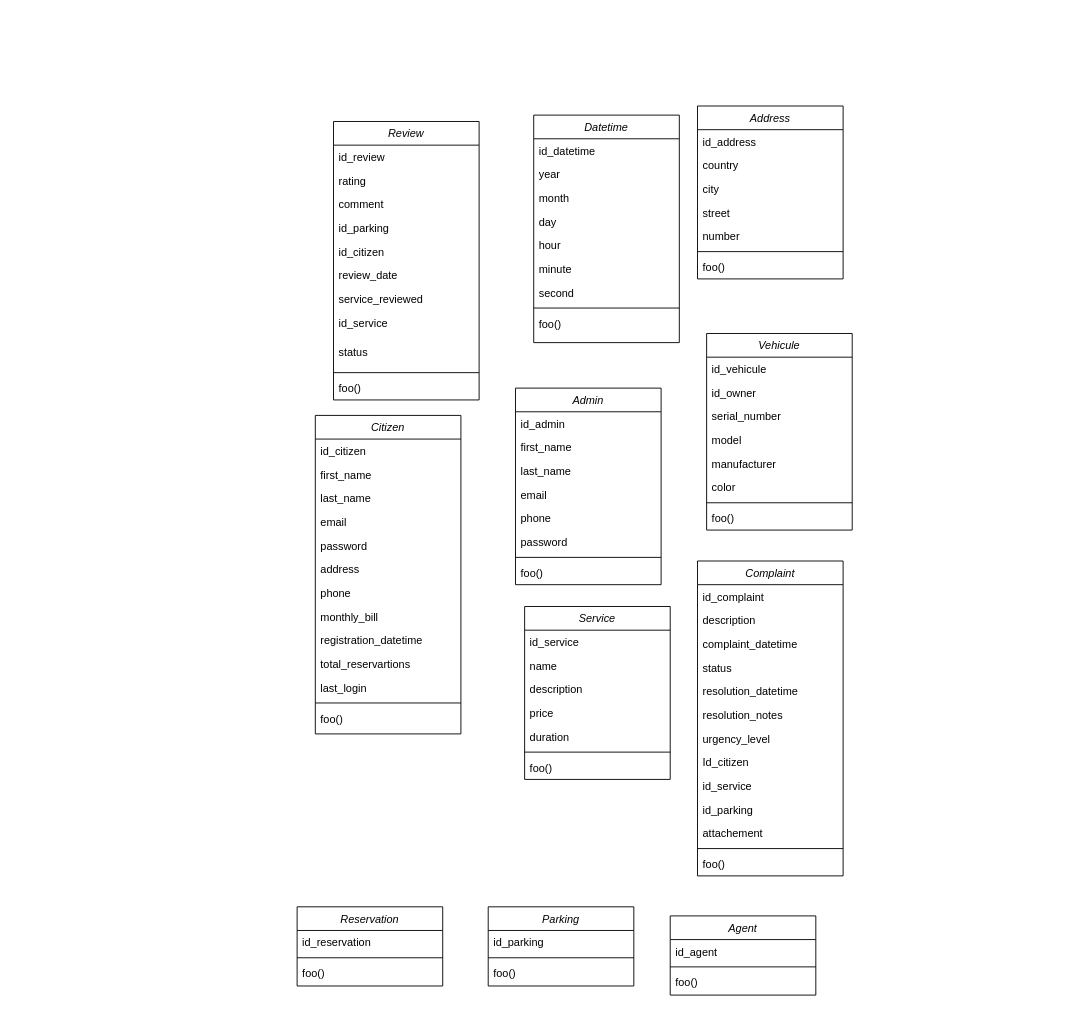
Earlier version of the draw.io diagram docs/Untitled Diagram.drawio (anomaly1095/parky). Source tidied: cells renumbered, new cells numbered last; positions are measured from the earlier drawing's top-left corner, leaving out a move shared by most shapes. Both pictures are drawn from the tidied source at 91%, with x=0, y=0 at pixel (297, 106).
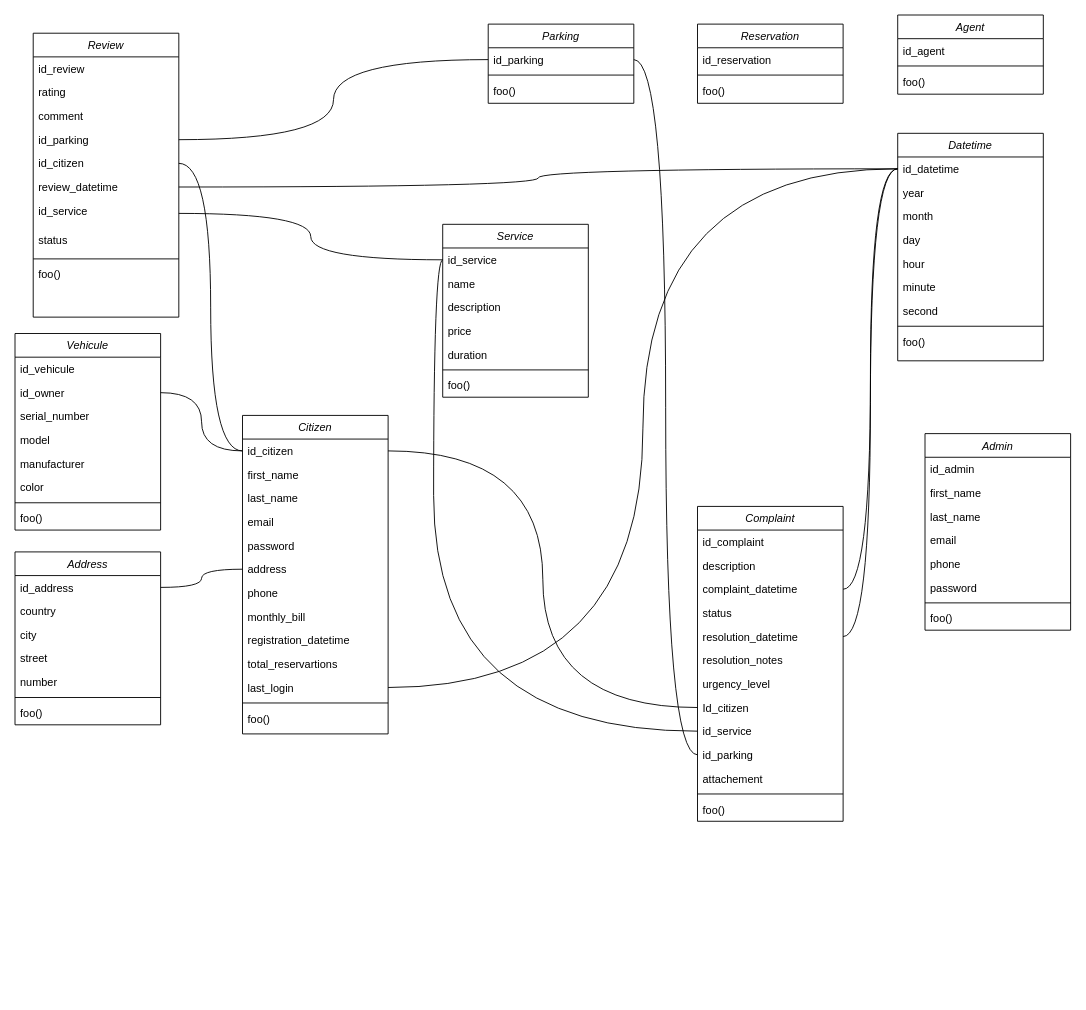
After the change.

Unchanged cells that the change refers to:
```xml
<mxCell id="3" value="id_address" style="text;align=left;verticalAlign=top;spacingLeft=4;spacingRight=4;overflow=hidden;points=[[0,0.5],[1,0.5]];portConstraint=eastwest;" parent="2" vertex="1">
  <mxGeometry y="26" width="160" height="26" as="geometry" />
</mxCell>
<mxCell id="14" value="id_parking" style="text;align=left;verticalAlign=top;spacingLeft=4;spacingRight=4;overflow=hidden;points=[[0,0.5],[1,0.5]];portConstraint=eastwest;rounded=0;shadow=0;html=0;" parent="10" vertex="1">
  <mxGeometry y="104" width="160" height="26" as="geometry" />
</mxCell>
<mxCell id="15" value="id_citizen" style="text;align=left;verticalAlign=top;spacingLeft=4;spacingRight=4;overflow=hidden;points=[[0,0.5],[1,0.5]];portConstraint=eastwest;rounded=0;shadow=0;html=0;" parent="10" vertex="1">
  <mxGeometry y="130" width="160" height="26" as="geometry" />
</mxCell>
<mxCell id="25" value="complaint_datetime" style="text;align=left;verticalAlign=top;spacingLeft=4;spacingRight=4;overflow=hidden;points=[[0,0.5],[1,0.5]];portConstraint=eastwest;rounded=0;shadow=0;html=0;" parent="22" vertex="1">
  <mxGeometry y="78" width="160" height="26" as="geometry" />
</mxCell>
<mxCell id="27" value="resolution_datetime" style="text;align=left;verticalAlign=top;spacingLeft=4;spacingRight=4;overflow=hidden;points=[[0,0.5],[1,0.5]];portConstraint=eastwest;rounded=0;shadow=0;html=0;" parent="22" vertex="1">
  <mxGeometry y="130" width="160" height="26" as="geometry" />
</mxCell>
<mxCell id="30" value="Id_citizen" style="text;align=left;verticalAlign=top;spacingLeft=4;spacingRight=4;overflow=hidden;points=[[0,0.5],[1,0.5]];portConstraint=eastwest;rounded=0;shadow=0;html=0;" parent="22" vertex="1">
  <mxGeometry y="208" width="160" height="26" as="geometry" />
</mxCell>
<mxCell id="31" value="id_service" style="text;align=left;verticalAlign=top;spacingLeft=4;spacingRight=4;overflow=hidden;points=[[0,0.5],[1,0.5]];portConstraint=eastwest;rounded=0;shadow=0;html=0;" parent="22" vertex="1">
  <mxGeometry y="234" width="160" height="26" as="geometry" />
</mxCell>
<mxCell id="32" value="id_parking" style="text;align=left;verticalAlign=top;spacingLeft=4;spacingRight=4;overflow=hidden;points=[[0,0.5],[1,0.5]];portConstraint=eastwest;rounded=0;shadow=0;html=0;" parent="22" vertex="1">
  <mxGeometry y="260" width="160" height="26" as="geometry" />
</mxCell>
<mxCell id="37" value="id_datetime" style="text;align=left;verticalAlign=top;spacingLeft=4;spacingRight=4;overflow=hidden;points=[[0,0.5],[1,0.5]];portConstraint=eastwest;" parent="36" vertex="1">
  <mxGeometry y="26" width="160" height="26" as="geometry" />
</mxCell>
<mxCell id="48" value="id_owner" style="text;align=left;verticalAlign=top;spacingLeft=4;spacingRight=4;overflow=hidden;points=[[0,0.5],[1,0.5]];portConstraint=eastwest;rounded=0;shadow=0;html=0;" parent="46" vertex="1">
  <mxGeometry y="52" width="160" height="26" as="geometry" />
</mxCell>
<mxCell id="56" value="id_citizen" style="text;align=left;verticalAlign=top;spacingLeft=4;spacingRight=4;overflow=hidden;points=[[0,0.5],[1,0.5]];portConstraint=eastwest;" parent="55" vertex="1">
  <mxGeometry y="26" width="160" height="26" as="geometry" />
</mxCell>
<mxCell id="61" value="address" style="text;align=left;verticalAlign=top;spacingLeft=4;spacingRight=4;overflow=hidden;points=[[0,0.5],[1,0.5]];portConstraint=eastwest;rounded=0;shadow=0;html=0;" parent="55" vertex="1">
  <mxGeometry y="156" width="160" height="26" as="geometry" />
</mxCell>
<mxCell id="66" value="last_login" style="text;align=left;verticalAlign=top;spacingLeft=4;spacingRight=4;overflow=hidden;points=[[0,0.5],[1,0.5]];portConstraint=eastwest;rounded=0;shadow=0;html=0;" parent="55" vertex="1">
  <mxGeometry y="286" width="160" height="26" as="geometry" />
</mxCell>
<mxCell id="83" value="id_service" style="text;align=left;verticalAlign=top;spacingLeft=4;spacingRight=4;overflow=hidden;points=[[0,0.5],[1,0.5]];portConstraint=eastwest;" parent="82" vertex="1">
  <mxGeometry y="26" width="160" height="26" as="geometry" />
</mxCell>
<mxCell id="91" value="id_parking" style="text;align=left;verticalAlign=top;spacingLeft=4;spacingRight=4;overflow=hidden;points=[[0,0.5],[1,0.5]];portConstraint=eastwest;" parent="90" vertex="1">
  <mxGeometry y="26" width="160" height="26" as="geometry" />
</mxCell>
```

Change to the diagram source:
```diff
@@
     <mxCell id="2" value="Address" style="swimlane;fontStyle=2;align=center;verticalAlign=top;horizontal=1;startSize=26;rounded=0;shadow=0;strokeWidth=1;" parent="1" vertex="1">
-      <mxGeometry x="440" width="160" height="190" as="geometry" />
+      <mxGeometry x="-310" y="490" width="160" height="190" as="geometry" />
     </mxCell>
@@
     <mxCell id="10" value="Review" style="swimlane;fontStyle=2;align=center;verticalAlign=top;horizontal=1;startSize=26;rounded=0;shadow=0;strokeWidth=1;" parent="1" vertex="1">
-      <mxGeometry x="40" y="17" width="160" height="306" as="geometry" />
+      <mxGeometry x="-290" y="-80" width="160" height="312" as="geometry" />
     </mxCell>
@@
-    <mxCell id="16" value="review_date" style="text;align=left;verticalAlign=top;spacingLeft=4;spacingRight=4;overflow=hidden;points=[[0,0.5],[1,0.5]];portConstraint=eastwest;rounded=0;shadow=0;html=0;" parent="10" vertex="1">
+    <mxCell id="16" value="review_datetime" style="text;align=left;verticalAlign=top;spacingLeft=4;spacingRight=4;overflow=hidden;points=[[0,0.5],[1,0.5]];portConstraint=eastwest;rounded=0;shadow=0;html=0;" parent="10" vertex="1">
       <mxGeometry y="156" width="160" height="26" as="geometry" />
     </mxCell>
-    <mxCell id="17" value="service_reviewed" style="text;align=left;verticalAlign=top;spacingLeft=4;spacingRight=4;overflow=hidden;rounded=0;shadow=0;html=0;" parent="10" vertex="1">
-      <mxGeometry y="182" width="160" height="26" as="geometry" />
-    </mxCell>
     <mxCell id="18" value="id_service" style="text;align=left;verticalAlign=top;spacingLeft=4;spacingRight=4;overflow=hidden;points=[[0,0.5],[1,0.5]];portConstraint=eastwest;rounded=0;shadow=0;html=0;" parent="10" vertex="1">
-      <mxGeometry y="208" width="160" height="32" as="geometry" />
+      <mxGeometry y="182" width="160" height="32" as="geometry" />
     </mxCell>
     <mxCell id="19" value="status" style="text;align=left;verticalAlign=top;spacingLeft=4;spacingRight=4;overflow=hidden;rounded=0;shadow=0;html=0;" parent="10" vertex="1">
-      <mxGeometry y="240" width="160" height="32" as="geometry" />
+      <mxGeometry y="214" width="160" height="30" as="geometry" />
     </mxCell>
     <mxCell id="20" style="line;html=1;strokeWidth=1;align=left;verticalAlign=middle;spacingTop=-1;spacingLeft=3;spacingRight=3;labelPosition=right;" parent="10" vertex="1">
-      <mxGeometry y="272" width="160" height="8" as="geometry" />
+      <mxGeometry y="244" width="160" height="8" as="geometry" />
     </mxCell>
     <mxCell id="21" value="foo()" style="text;align=left;verticalAlign=top;spacingLeft=4;spacingRight=4;overflow=hidden;" parent="10" vertex="1">
-      <mxGeometry y="280" width="160" height="26" as="geometry" />
+      <mxGeometry y="252" width="160" height="34" as="geometry" />
     </mxCell>
     <mxCell id="22" value="Complaint" style="swimlane;fontStyle=2;align=center;verticalAlign=top;horizontal=1;startSize=26;rounded=0;shadow=0;strokeWidth=1;" parent="1" vertex="1">
-      <mxGeometry x="440" y="500" width="160" height="346" as="geometry" />
+      <mxGeometry x="440" y="440" width="160" height="346" as="geometry" />
     </mxCell>
@@
     <mxCell id="36" value="Datetime" style="swimlane;fontStyle=2;align=center;verticalAlign=top;horizontal=1;startSize=26;rounded=0;shadow=0;strokeWidth=1;" parent="1" vertex="1">
-      <mxGeometry x="260" y="10" width="160" height="250" as="geometry" />
+      <mxGeometry x="660" y="30" width="160" height="250" as="geometry" />
     </mxCell>
@@
     <mxCell id="46" value="Vehicule" style="swimlane;fontStyle=2;align=center;verticalAlign=top;horizontal=1;startSize=26;rounded=0;shadow=0;strokeWidth=1;" parent="1" vertex="1">
-      <mxGeometry x="450" y="250" width="160" height="216" as="geometry" />
+      <mxGeometry x="-310" y="250" width="160" height="216" as="geometry" />
     </mxCell>
@@
     <mxCell id="55" value="Citizen" style="swimlane;fontStyle=2;align=center;verticalAlign=top;horizontal=1;startSize=26;rounded=0;shadow=0;strokeWidth=1;" parent="1" vertex="1">
-      <mxGeometry x="20" y="340" width="160" height="350" as="geometry" />
+      <mxGeometry x="-60" y="340" width="160" height="350" as="geometry" />
     </mxCell>
@@
     <mxCell id="69" value="Agent" style="swimlane;fontStyle=2;align=center;verticalAlign=top;horizontal=1;startSize=26;rounded=0;shadow=0;strokeWidth=1;" parent="1" vertex="1">
-      <mxGeometry x="410" y="890" width="160" height="87" as="geometry" />
+      <mxGeometry x="660" y="-100" width="160" height="87" as="geometry" />
     </mxCell>
@@
     <mxCell id="73" value="Admin" style="swimlane;fontStyle=2;align=center;verticalAlign=top;horizontal=1;startSize=26;rounded=0;shadow=0;strokeWidth=1;" parent="1" vertex="1">
-      <mxGeometry x="240" y="310" width="160" height="216" as="geometry" />
+      <mxGeometry x="690" y="360" width="160" height="216" as="geometry" />
     </mxCell>
@@
     <mxCell id="82" value="Service" style="swimlane;fontStyle=2;align=center;verticalAlign=top;horizontal=1;startSize=26;rounded=0;shadow=0;strokeWidth=1;" parent="1" vertex="1">
-      <mxGeometry x="250" y="550" width="160" height="190" as="geometry" />
+      <mxGeometry x="160" y="130" width="160" height="190" as="geometry" />
     </mxCell>
@@
     <mxCell id="90" value="Parking" style="swimlane;fontStyle=2;align=center;verticalAlign=top;horizontal=1;startSize=26;rounded=0;shadow=0;strokeWidth=1;" parent="1" vertex="1">
-      <mxGeometry x="210" y="880" width="160" height="87" as="geometry" />
+      <mxGeometry x="210" y="-90" width="160" height="87" as="geometry" />
     </mxCell>
@@
     <mxCell id="94" value="Reservation" style="swimlane;fontStyle=2;align=center;verticalAlign=top;horizontal=1;startSize=26;rounded=0;shadow=0;strokeWidth=1;" parent="1" vertex="1">
-      <mxGeometry y="880" width="160" height="87" as="geometry" />
+      <mxGeometry x="440" y="-90" width="160" height="87" as="geometry" />
     </mxCell>
@@
+    <mxCell id="98" style="endArrow=none;html=1;rounded=0;exitX=1;exitY=0.5;exitDx=0;exitDy=0;edgeStyle=orthogonalEdgeStyle;curved=1;entryX=0;entryY=0.5;entryDx=0;entryDy=0;" parent="1" edge="1" source="48" target="56">
+      <mxGeometry relative="1" as="geometry" />
+    </mxCell>
+    <mxCell id="99" style="endArrow=none;html=1;rounded=0;exitX=1;exitY=0.5;exitDx=0;exitDy=0;entryX=0;entryY=0.5;entryDx=0;entryDy=0;edgeStyle=orthogonalEdgeStyle;curved=1;" parent="1" edge="1" source="18" target="83">
+      <mxGeometry relative="1" as="geometry" />
+    </mxCell>
+    <mxCell id="100" style="endArrow=none;html=1;rounded=0;entryX=1;entryY=0.5;entryDx=0;entryDy=0;edgeStyle=orthogonalEdgeStyle;curved=1;" parent="1" edge="1" source="61" target="3">
+      <mxGeometry relative="1" as="geometry" />
+    </mxCell>
+    <mxCell id="101" style="endArrow=none;html=1;rounded=0;exitX=1;exitY=0.5;exitDx=0;exitDy=0;entryX=0;entryY=0.5;entryDx=0;entryDy=0;edgeStyle=orthogonalEdgeStyle;curved=1;" parent="1" edge="1" source="66" target="37">
+      <mxGeometry relative="1" as="geometry" />
+    </mxCell>
+    <mxCell id="102" style="endArrow=none;html=1;rounded=0;exitX=1;exitY=0.5;exitDx=0;exitDy=0;entryX=0;entryY=0.5;entryDx=0;entryDy=0;edgeStyle=orthogonalEdgeStyle;curved=1;" parent="1" edge="1" source="25" target="37">
+      <mxGeometry relative="1" as="geometry" />
+    </mxCell>
+    <mxCell id="103" style="endArrow=none;html=1;rounded=0;exitX=1;exitY=0.5;exitDx=0;exitDy=0;entryX=0;entryY=0.5;entryDx=0;entryDy=0;edgeStyle=orthogonalEdgeStyle;curved=1;" parent="1" edge="1" source="27" target="37">
+      <mxGeometry relative="1" as="geometry" />
+    </mxCell>
+    <mxCell id="104" style="endArrow=none;html=1;rounded=0;exitX=1;exitY=0.5;exitDx=0;exitDy=0;entryX=0;entryY=0.5;entryDx=0;entryDy=0;edgeStyle=orthogonalEdgeStyle;curved=1;" parent="1" edge="1" source="56" target="30">
+      <mxGeometry relative="1" as="geometry" />
+    </mxCell>
+    <mxCell id="105" style="endArrow=none;html=1;rounded=0;exitX=0;exitY=0.5;exitDx=0;exitDy=0;entryX=0;entryY=0.5;entryDx=0;entryDy=0;edgeStyle=orthogonalEdgeStyle;curved=1;" parent="1" edge="1" source="83" target="31">
+      <mxGeometry relative="1" as="geometry" />
+    </mxCell>
+    <mxCell id="106" style="endArrow=none;html=1;rounded=0;exitX=1;exitY=0.5;exitDx=0;exitDy=0;entryX=0;entryY=0.5;entryDx=0;entryDy=0;edgeStyle=orthogonalEdgeStyle;curved=1;" parent="1" edge="1" source="91" target="32">
+      <mxGeometry relative="1" as="geometry" />
+    </mxCell>
+    <mxCell id="107" style="endArrow=none;html=1;rounded=0;exitX=1;exitY=0.5;exitDx=0;exitDy=0;entryX=0;entryY=0.5;entryDx=0;entryDy=0;edgeStyle=orthogonalEdgeStyle;curved=1;" parent="1" edge="1" source="16" target="37">
+      <mxGeometry relative="1" as="geometry" />
+    </mxCell>
+    <mxCell id="108" style="endArrow=none;html=1;rounded=0;exitX=1;exitY=0.5;exitDx=0;exitDy=0;edgeStyle=orthogonalEdgeStyle;curved=1;" parent="1" edge="1" source="14" target="91">
+      <mxGeometry relative="1" as="geometry" />
+    </mxCell>
+    <mxCell id="109" style="endArrow=none;html=1;rounded=0;exitX=1;exitY=0.5;exitDx=0;exitDy=0;entryX=0;entryY=0.5;entryDx=0;entryDy=0;edgeStyle=orthogonalEdgeStyle;curved=1;" parent="1" edge="1" source="15" target="56">
+      <mxGeometry relative="1" as="geometry" />
+    </mxCell>
```
